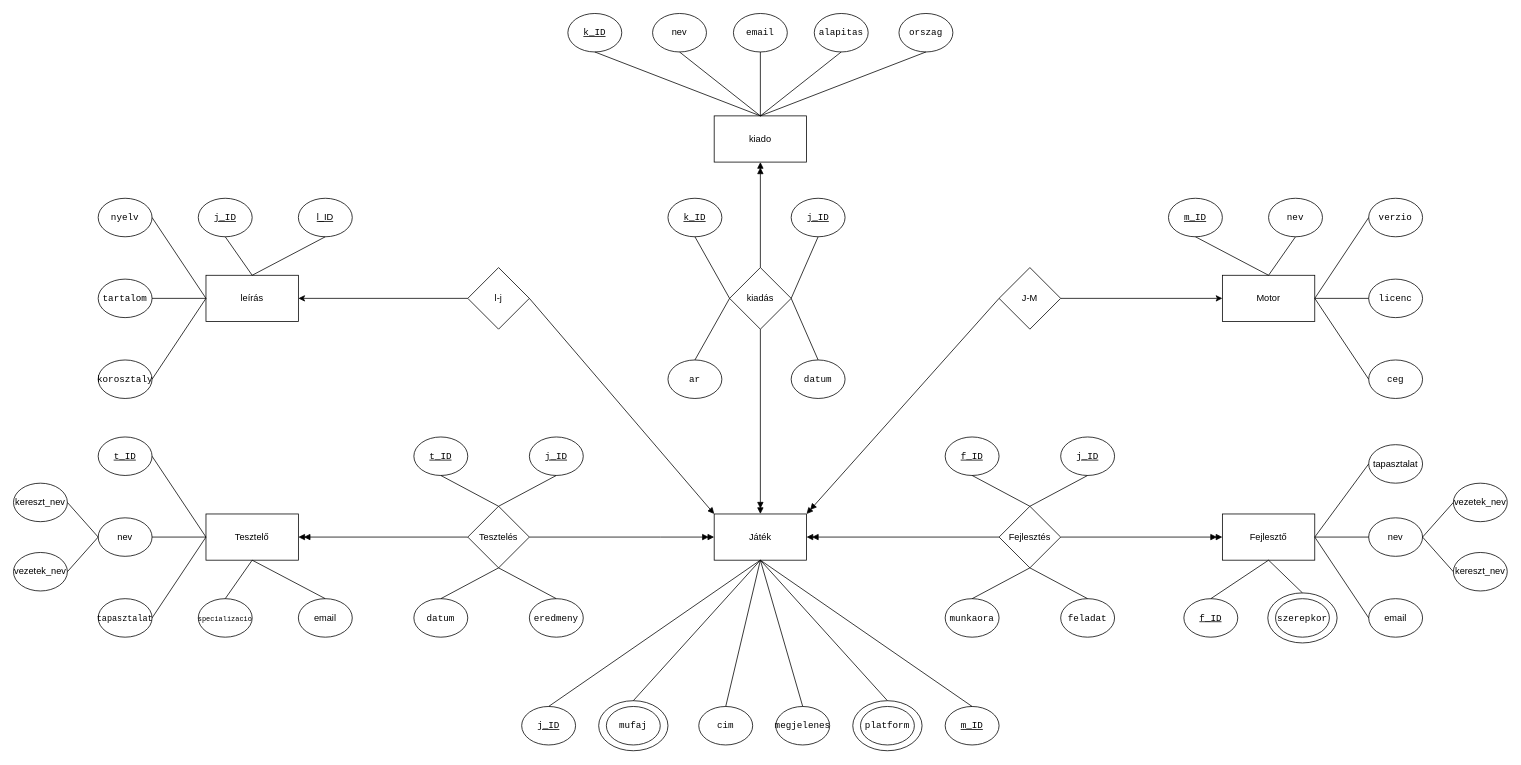
This is FXVAUU_XMLTask/FXVAUU_ER.drawio from zagyvazsombor/FXVAUUWebXML, a draw.io file, before an edit. Source tidied: cells renumbered, new cells numbered last; positions are measured from the earlier drawing's top-left corner, leaving out a move shared by most shapes. Both pictures are drawn from the tidied source at 77%, with x=0, y=0 at pixel (13, 13).
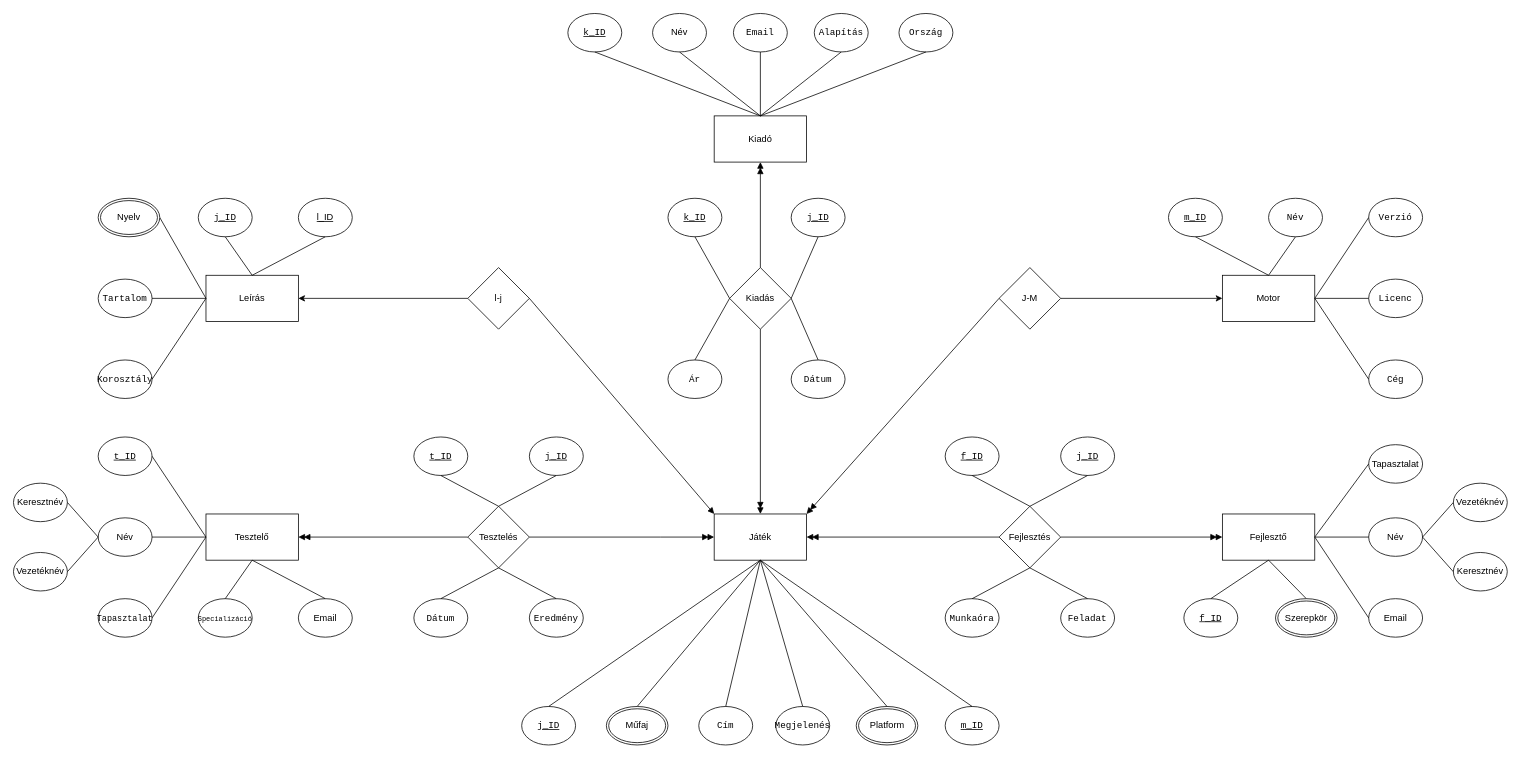
The same page after the edit.

The change refers to these unchanged cells:
```xml
<mxCell id="15" value="Játék" style="rounded=0;whiteSpace=wrap;html=1;" parent="1" vertex="1">
  <mxGeometry x="910" y="650" width="120" height="60" as="geometry" />
</mxCell>
<mxCell id="18" value="Fejlesztő" style="rounded=0;whiteSpace=wrap;html=1;" parent="1" vertex="1">
  <mxGeometry x="1570" y="650" width="120" height="60" as="geometry" />
</mxCell>
```

Diff of the diagram source:
```diff
@@
-    <mxCell id="12" value="kiadás" style="rhombus;whiteSpace=wrap;html=1;" parent="1" vertex="1">
+    <mxCell id="12" value="Kiadás" style="rhombus;whiteSpace=wrap;html=1;" parent="1" vertex="1">
       <mxGeometry x="930" y="330" width="80" height="80" as="geometry" />
     </mxCell>
@@
-    <mxCell id="16" value="kiado" style="rounded=0;whiteSpace=wrap;html=1;" parent="1" vertex="1">
+    <mxCell id="16" value="Kiadó" style="rounded=0;whiteSpace=wrap;html=1;" parent="1" vertex="1">
       <mxGeometry x="910" y="133" width="120" height="60" as="geometry" />
     </mxCell>
@@
-    <mxCell id="20" value="leírás" style="rounded=0;whiteSpace=wrap;html=1;" parent="1" vertex="1">
+    <mxCell id="20" value="Leírás" style="rounded=0;whiteSpace=wrap;html=1;" parent="1" vertex="1">
       <mxGeometry x="250" y="340" width="120" height="60" as="geometry" />
     </mxCell>
-    <mxCell id="21" value="&lt;code&gt;cim&lt;/code&gt;" style="ellipse;whiteSpace=wrap;html=1;" parent="1" vertex="1">
+    <mxCell id="21" value="&lt;code&gt;Cím&lt;/code&gt;" style="ellipse;whiteSpace=wrap;html=1;" parent="1" vertex="1">
       <mxGeometry x="890" y="900" width="70" height="50" as="geometry" />
     </mxCell>
@@
-    <mxCell id="23" value="&lt;code&gt;megjelenes&lt;/code&gt;" style="ellipse;whiteSpace=wrap;html=1;" parent="1" vertex="1">
+    <mxCell id="23" value="&lt;code&gt;Megjelenés&lt;/code&gt;" style="ellipse;whiteSpace=wrap;html=1;" parent="1" vertex="1">
       <mxGeometry x="990" y="900" width="70" height="50" as="geometry" />
     </mxCell>
-    <mxCell id="24" value="&lt;code&gt;platform&lt;/code&gt;" style="ellipse;whiteSpace=wrap;html=1;" parent="1" vertex="1">
-      <mxGeometry x="1100" y="900" width="70" height="50" as="geometry" />
-    </mxCell>
@@
-    <mxCell id="26" value="tapasztalat" style="ellipse;whiteSpace=wrap;html=1;" parent="1" vertex="1">
+    <mxCell id="26" value="Tapasztalat" style="ellipse;whiteSpace=wrap;html=1;" parent="1" vertex="1">
       <mxGeometry x="1760" y="560" width="70" height="50" as="geometry" />
     </mxCell>
@@
-    <mxCell id="28" value="email" style="ellipse;whiteSpace=wrap;html=1;" parent="1" vertex="1">
+    <mxCell id="28" value="Email" style="ellipse;whiteSpace=wrap;html=1;" parent="1" vertex="1">
       <mxGeometry x="1760" y="760" width="70" height="50" as="geometry" />
     </mxCell>
-    <mxCell id="29" value="nev" style="ellipse;whiteSpace=wrap;html=1;" parent="1" vertex="1">
+    <mxCell id="29" value="Név" style="ellipse;whiteSpace=wrap;html=1;" parent="1" vertex="1">
       <mxGeometry x="1760" y="655" width="70" height="50" as="geometry" />
     </mxCell>
@@
-    <mxCell id="31" value="&lt;code&gt;nev&lt;/code&gt;" style="ellipse;whiteSpace=wrap;html=1;" parent="1" vertex="1">
+    <mxCell id="31" value="&lt;code&gt;Név&lt;/code&gt;" style="ellipse;whiteSpace=wrap;html=1;" parent="1" vertex="1">
       <mxGeometry x="1630" y="240" width="70" height="50" as="geometry" />
     </mxCell>
-    <mxCell id="32" value="&lt;code&gt;verzio&lt;/code&gt;" style="ellipse;whiteSpace=wrap;html=1;" parent="1" vertex="1">
+    <mxCell id="32" value="&lt;code&gt;Verzió&lt;/code&gt;" style="ellipse;whiteSpace=wrap;html=1;" parent="1" vertex="1">
       <mxGeometry x="1760" y="240" width="70" height="50" as="geometry" />
     </mxCell>
-    <mxCell id="33" value="&lt;code&gt;licenc&lt;/code&gt;" style="ellipse;whiteSpace=wrap;html=1;" parent="1" vertex="1">
+    <mxCell id="33" value="&lt;code&gt;Licenc&lt;/code&gt;" style="ellipse;whiteSpace=wrap;html=1;" parent="1" vertex="1">
       <mxGeometry x="1760" y="345" width="70" height="50" as="geometry" />
     </mxCell>
-    <mxCell id="34" value="&lt;code&gt;ceg&lt;/code&gt;" style="ellipse;whiteSpace=wrap;html=1;" parent="1" vertex="1">
+    <mxCell id="34" value="&lt;code&gt;Cég&lt;/code&gt;" style="ellipse;whiteSpace=wrap;html=1;" parent="1" vertex="1">
       <mxGeometry x="1760" y="450" width="70" height="50" as="geometry" />
     </mxCell>
@@
-    <mxCell id="36" value="nev" style="ellipse;whiteSpace=wrap;html=1;" parent="1" vertex="1">
+    <mxCell id="36" value="Név" style="ellipse;whiteSpace=wrap;html=1;" parent="1" vertex="1">
       <mxGeometry x="830" width="70" height="50" as="geometry" />
     </mxCell>
-    <mxCell id="37" value="&lt;code&gt;orszag&lt;/code&gt;" style="ellipse;whiteSpace=wrap;html=1;" parent="1" vertex="1">
+    <mxCell id="37" value="&lt;code&gt;Ország&lt;/code&gt;" style="ellipse;whiteSpace=wrap;html=1;" parent="1" vertex="1">
       <mxGeometry x="1150" width="70" height="50" as="geometry" />
     </mxCell>
-    <mxCell id="38" value="&lt;code&gt;alapitas&lt;/code&gt;" style="ellipse;whiteSpace=wrap;html=1;" parent="1" vertex="1">
+    <mxCell id="38" value="&lt;code&gt;Alapítás&lt;/code&gt;" style="ellipse;whiteSpace=wrap;html=1;" parent="1" vertex="1">
       <mxGeometry x="1040" width="70" height="50" as="geometry" />
     </mxCell>
-    <mxCell id="39" value="&lt;code&gt;email&lt;/code&gt;" style="ellipse;whiteSpace=wrap;html=1;" parent="1" vertex="1">
+    <mxCell id="39" value="&lt;code&gt;Email&lt;/code&gt;" style="ellipse;whiteSpace=wrap;html=1;" parent="1" vertex="1">
       <mxGeometry x="935" width="70" height="50" as="geometry" />
     </mxCell>
-    <mxCell id="40" value="&lt;code&gt;nyelv&lt;/code&gt;" style="ellipse;whiteSpace=wrap;html=1;" parent="1" vertex="1">
-      <mxGeometry x="110" y="240" width="70" height="50" as="geometry" />
-    </mxCell>
-    <mxCell id="41" value="&lt;code&gt;tartalom&lt;/code&gt;" style="ellipse;whiteSpace=wrap;html=1;" parent="1" vertex="1">
+    <mxCell id="41" value="&lt;code&gt;Tartalom&lt;/code&gt;" style="ellipse;whiteSpace=wrap;html=1;" parent="1" vertex="1">
       <mxGeometry x="110" y="345" width="70" height="50" as="geometry" />
     </mxCell>
-    <mxCell id="42" value="&lt;code&gt;korosztaly&lt;/code&gt;" style="ellipse;whiteSpace=wrap;html=1;" parent="1" vertex="1">
+    <mxCell id="42" value="&lt;code&gt;Korosztály&lt;/code&gt;" style="ellipse;whiteSpace=wrap;html=1;" parent="1" vertex="1">
       <mxGeometry x="110" y="450" width="70" height="50" as="geometry" />
     </mxCell>
@@
-    <mxCell id="44" value="nev" style="ellipse;whiteSpace=wrap;html=1;" parent="1" vertex="1">
+    <mxCell id="44" value="Név" style="ellipse;whiteSpace=wrap;html=1;" parent="1" vertex="1">
       <mxGeometry x="110" y="655" width="70" height="50" as="geometry" />
     </mxCell>
-    <mxCell id="45" value="&lt;code&gt;&lt;font style=&quot;font-size: 11px;&quot;&gt;tapasztalat&lt;/font&gt;&lt;/code&gt;" style="ellipse;whiteSpace=wrap;html=1;" parent="1" vertex="1">
+    <mxCell id="45" value="&lt;code&gt;&lt;font style=&quot;font-size: 11px;&quot;&gt;Tapasztalat&lt;/font&gt;&lt;/code&gt;" style="ellipse;whiteSpace=wrap;html=1;" parent="1" vertex="1">
       <mxGeometry x="110" y="760" width="70" height="50" as="geometry" />
     </mxCell>
-    <mxCell id="46" value="&lt;code&gt;&lt;font style=&quot;font-size: 9px;&quot;&gt;specializacio&lt;/font&gt;&lt;/code&gt;" style="ellipse;whiteSpace=wrap;html=1;" parent="1" vertex="1">
+    <mxCell id="46" value="&lt;code&gt;&lt;font style=&quot;font-size: 9px;&quot;&gt;Specializáció&lt;/font&gt;&lt;/code&gt;" style="ellipse;whiteSpace=wrap;html=1;" parent="1" vertex="1">
       <mxGeometry x="240" y="760" width="70" height="50" as="geometry" />
     </mxCell>
-    <mxCell id="47" value="email" style="ellipse;whiteSpace=wrap;html=1;" parent="1" vertex="1">
+    <mxCell id="47" value="Email" style="ellipse;whiteSpace=wrap;html=1;" parent="1" vertex="1">
       <mxGeometry x="370" y="760" width="70" height="50" as="geometry" />
     </mxCell>
@@
-    <mxCell id="52" value="&lt;code&gt;&lt;font&gt;feladat&lt;/font&gt;&lt;/code&gt;" style="ellipse;whiteSpace=wrap;html=1;" parent="1" vertex="1">
+    <mxCell id="52" value="&lt;code&gt;&lt;font&gt;Feladat&lt;/font&gt;&lt;/code&gt;" style="ellipse;whiteSpace=wrap;html=1;" parent="1" vertex="1">
       <mxGeometry x="1360" y="760" width="70" height="50" as="geometry" />
     </mxCell>
-    <mxCell id="53" value="&lt;code&gt;&lt;font&gt;munkaora&lt;/font&gt;&lt;/code&gt;" style="ellipse;whiteSpace=wrap;html=1;" parent="1" vertex="1">
+    <mxCell id="53" value="&lt;code&gt;&lt;font&gt;Munkaóra&lt;/font&gt;&lt;/code&gt;" style="ellipse;whiteSpace=wrap;html=1;" parent="1" vertex="1">
       <mxGeometry x="1210" y="760" width="70" height="50" as="geometry" />
     </mxCell>
-    <mxCell id="54" style="ellipse;whiteSpace=wrap;html=1;fillColor=none;" parent="1" vertex="1">
-      <mxGeometry x="1090" y="892.5" width="90" height="65" as="geometry" />
-    </mxCell>
@@
-    <mxCell id="57" value="&lt;code&gt;ar&lt;/code&gt;" style="ellipse;whiteSpace=wrap;html=1;" parent="1" vertex="1">
+    <mxCell id="57" value="&lt;code&gt;Ár&lt;/code&gt;" style="ellipse;whiteSpace=wrap;html=1;" parent="1" vertex="1">
       <mxGeometry x="850" y="450" width="70" height="50" as="geometry" />
     </mxCell>
-    <mxCell id="58" value="&lt;code&gt;datum&lt;/code&gt;" style="ellipse;whiteSpace=wrap;html=1;" parent="1" vertex="1">
+    <mxCell id="58" value="&lt;code&gt;Dátum&lt;/code&gt;" style="ellipse;whiteSpace=wrap;html=1;" parent="1" vertex="1">
       <mxGeometry x="1010" y="450" width="70" height="50" as="geometry" />
     </mxCell>
@@
-    <mxCell id="61" value="&lt;code&gt;datum&lt;/code&gt;" style="ellipse;whiteSpace=wrap;html=1;" parent="1" vertex="1">
+    <mxCell id="61" value="&lt;code&gt;Dátum&lt;/code&gt;" style="ellipse;whiteSpace=wrap;html=1;" parent="1" vertex="1">
       <mxGeometry x="520" y="760" width="70" height="50" as="geometry" />
     </mxCell>
-    <mxCell id="62" value="&lt;code&gt;eredmeny&lt;/code&gt;" style="ellipse;whiteSpace=wrap;html=1;" parent="1" vertex="1">
+    <mxCell id="62" value="&lt;code&gt;Eredmény&lt;/code&gt;" style="ellipse;whiteSpace=wrap;html=1;" parent="1" vertex="1">
       <mxGeometry x="670" y="760" width="70" height="50" as="geometry" />
     </mxCell>
@@
-    <mxCell id="65" style="endArrow=none;html=1;rounded=0;exitX=0.5;exitY=1;exitDx=0;exitDy=0;entryX=0.5;entryY=0;entryDx=0;entryDy=0;" parent="1" edge="1" source="18" target="121">
+    <mxCell id="65" style="endArrow=none;html=1;rounded=0;exitX=0.5;exitY=1;exitDx=0;exitDy=0;entryX=0.5;entryY=0;entryDx=0;entryDy=0;" parent="1" edge="1" source="18" target="124">
       <mxGeometry relative="1" as="geometry" />
     </mxCell>
@@
-    <mxCell id="88" style="endArrow=none;html=1;rounded=0;exitX=0.5;exitY=0;exitDx=0;exitDy=0;entryX=0.5;entryY=1;entryDx=0;entryDy=0;" parent="1" edge="1" source="108" target="15">
+    <mxCell id="88" style="endArrow=none;html=1;rounded=0;exitX=0.5;exitY=0;exitDx=0;exitDy=0;entryX=0.5;entryY=1;entryDx=0;entryDy=0;" parent="1" edge="1" source="122" target="15">
       <mxGeometry relative="1" as="geometry" />
     </mxCell>
@@
-    <mxCell id="90" style="endArrow=none;html=1;rounded=0;exitX=0.5;exitY=0;exitDx=0;exitDy=0;entryX=0.5;entryY=1;entryDx=0;entryDy=0;" parent="1" edge="1" source="54" target="15">
+    <mxCell id="90" style="endArrow=none;html=1;rounded=0;exitX=0.5;exitY=0;exitDx=0;exitDy=0;entryX=0.5;entryY=1;entryDx=0;entryDy=0;" parent="1" edge="1" source="123" target="15">
       <mxGeometry relative="1" as="geometry" />
     </mxCell>
@@
-    <mxCell id="103" style="endArrow=none;html=1;rounded=0;exitX=1;exitY=0.5;exitDx=0;exitDy=0;entryX=0;entryY=0.5;entryDx=0;entryDy=0;" parent="1" edge="1" source="40" target="20">
+    <mxCell id="103" style="endArrow=none;html=1;rounded=0;exitX=1;exitY=0.5;exitDx=0;exitDy=0;entryX=0;entryY=0.5;entryDx=0;entryDy=0;" parent="1" edge="1" source="125" target="20">
       <mxGeometry relative="1" as="geometry" />
     </mxCell>
@@
-    <mxCell id="106" style="group;" parent="1" vertex="1">
-      <mxGeometry x="760" y="892.5" width="90" height="65" as="geometry" />
-    </mxCell>
-    <mxCell id="107" value="&lt;code&gt;mufaj&lt;/code&gt;" style="ellipse;whiteSpace=wrap;html=1;" parent="106" vertex="1">
-      <mxGeometry x="10" y="7.5" width="70" height="50" as="geometry" />
-    </mxCell>
-    <mxCell id="108" style="ellipse;whiteSpace=wrap;html=1;fillColor=none;" parent="106" vertex="1">
-      <mxGeometry width="90" height="65" as="geometry" />
-    </mxCell>
@@
-    <mxCell id="111" value="vezetek_nev" style="ellipse;whiteSpace=wrap;html=1;" parent="1" vertex="1">
+    <mxCell id="111" value="Vezetéknév" style="ellipse;whiteSpace=wrap;html=1;" parent="1" vertex="1">
       <mxGeometry x="1870" y="610" width="70" height="50" as="geometry" />
     </mxCell>
-    <mxCell id="112" value="kereszt_nev" style="ellipse;whiteSpace=wrap;html=1;" parent="1" vertex="1">
+    <mxCell id="112" value="Keresztnév" style="ellipse;whiteSpace=wrap;html=1;" parent="1" vertex="1">
       <mxGeometry x="1870" y="700" width="70" height="50" as="geometry" />
     </mxCell>
@@
-    <mxCell id="115" value="vezetek_nev" style="ellipse;whiteSpace=wrap;html=1;" parent="1" vertex="1">
+    <mxCell id="115" value="Vezetéknév" style="ellipse;whiteSpace=wrap;html=1;" parent="1" vertex="1">
       <mxGeometry y="700" width="70" height="50" as="geometry" />
     </mxCell>
-    <mxCell id="116" value="kereszt_nev" style="ellipse;whiteSpace=wrap;html=1;" parent="1" vertex="1">
+    <mxCell id="116" value="Keresztnév" style="ellipse;whiteSpace=wrap;html=1;" parent="1" vertex="1">
       <mxGeometry y="610" width="70" height="50" as="geometry" />
     </mxCell>
@@
-    <mxCell id="119" style="group;" parent="1" vertex="1">
-      <mxGeometry x="1629" y="752.5" width="90" height="65" as="geometry" />
-    </mxCell>
-    <mxCell id="120" value="&lt;code&gt;szerepkor&lt;/code&gt;" style="ellipse;whiteSpace=wrap;html=1;" parent="119" vertex="1">
-      <mxGeometry x="10" y="7.5" width="70" height="50" as="geometry" />
-    </mxCell>
-    <mxCell id="121" style="ellipse;whiteSpace=wrap;html=1;fillColor=none;" parent="119" vertex="1">
-      <mxGeometry width="90" height="65" as="geometry" />
-    </mxCell>
+    <mxCell id="122" value="Műfaj" style="ellipse;shape=doubleEllipse;margin=3;whiteSpace=wrap;html=1;align=center;fillColor=light-dark(#FFFFFF,#CCCCCC);" parent="1" vertex="1">
+      <mxGeometry x="770" y="900" width="80" height="50" as="geometry" />
+    </mxCell>
+    <mxCell id="123" value="Platform" style="ellipse;shape=doubleEllipse;margin=3;whiteSpace=wrap;html=1;align=center;fillColor=light-dark(#FFFFFF,#CCCCCC);" parent="1" vertex="1">
+      <mxGeometry x="1094.5" y="900" width="80" height="50" as="geometry" />
+    </mxCell>
+    <mxCell id="124" value="Szerepkör" style="ellipse;shape=doubleEllipse;margin=3;whiteSpace=wrap;html=1;align=center;fillColor=light-dark(#FFFFFF,#CCCCCC);" parent="1" vertex="1">
+      <mxGeometry x="1639" y="760" width="80" height="50" as="geometry" />
+    </mxCell>
+    <mxCell id="125" value="Nyelv" style="ellipse;shape=doubleEllipse;margin=3;whiteSpace=wrap;html=1;align=center;fillColor=light-dark(#FFFFFF,#CCCCCC);" parent="1" vertex="1">
+      <mxGeometry x="110" y="240" width="80" height="50" as="geometry" />
+    </mxCell>
```
